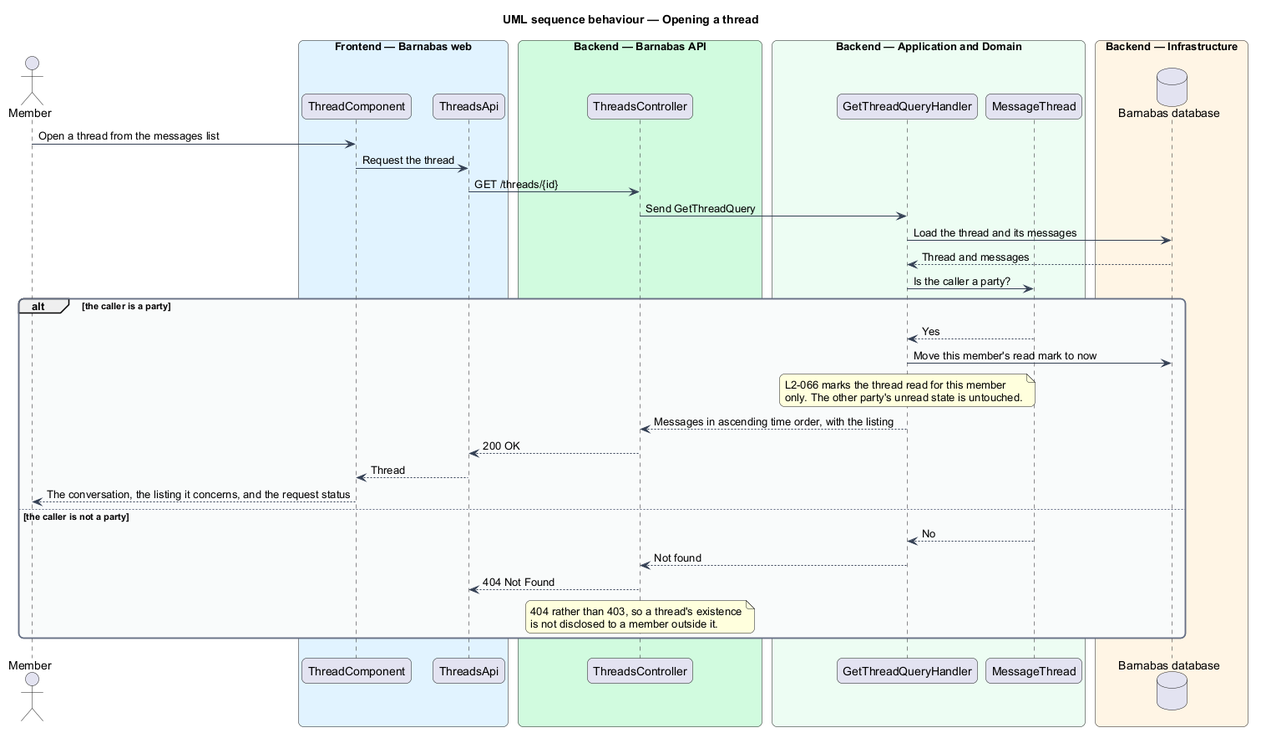
QuinntyneBrown/Barnabas keeps this PlantUML diagram as docs/detailed-designs/messaging/read-and-reply/diagrams/sequence-read.png. Above is the earlier version. The source it was exported from:
```plantuml
@startuml
title UML sequence behaviour — Opening a thread
skinparam backgroundColor #FFFFFF
skinparam shadowing false
skinparam roundcorner 12
skinparam defaultFontName Arial
skinparam ArrowColor #344054
skinparam rectangle {
  BorderColor #344054
  FontColor #101828
}
skinparam package {
  BorderColor #667085
  FontColor #101828
  BackgroundColor #F9FAFB
}
actor "Member" as actor
box "Frontend — Barnabas web" #E0F2FE
  participant "ThreadComponent" as page
  participant "ThreadsApi" as client
end box
box "Backend — Barnabas API" #D1FADF
  participant "ThreadsController" as controller
end box
box "Backend — Application and Domain" #ECFDF3
  participant "GetThreadQueryHandler" as handler
  participant "MessageThread" as thread
end box
box "Backend — Infrastructure" #FFF4E5
  database "Barnabas database" as db
end box

actor -> page : Open a thread from the messages list
page -> client : Request the thread
client -> controller : GET /threads/{id}
controller -> handler : Send GetThreadQuery
handler -> db : Load the thread and its messages
db --> handler : Thread and messages
handler -> thread : Is the caller a party?
alt the caller is a party
  thread --> handler : Yes
  handler -> db : Move this member's read mark to now
  note over handler : L2-066 marks the thread read for this member\nonly. The other party's unread state is untouched.
  handler --> controller : Messages in ascending time order, with the listing
  controller --> client : 200 OK
  client --> page : Thread
  page --> actor : The conversation, the listing it concerns, and the request status
else the caller is not a party
  thread --> handler : No
  handler --> controller : Not found
  controller --> client : 404 Not Found
  note over controller : 404 rather than 403, so a thread's existence\nis not disclosed to a member outside it.
end
@enduml
```
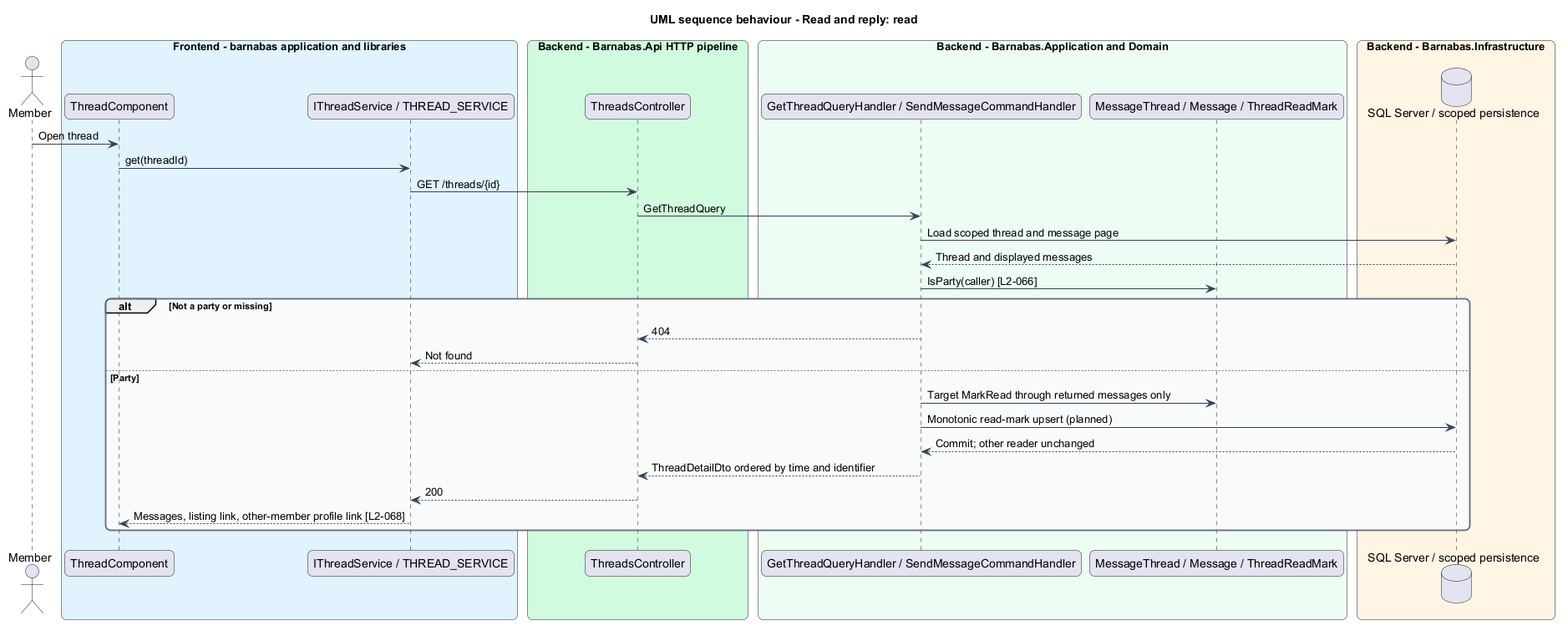
The same file after the commit.

Change to the diagram source:
```diff
@@ -1,5 +1,5 @@
 @startuml
-title UML sequence behaviour — Opening a thread
+title UML sequence behaviour - Read and reply: read
 skinparam backgroundColor #FFFFFF
 skinparam shadowing false
 skinparam roundcorner 12
@@ -15,40 +15,36 @@
   BackgroundColor #F9FAFB
 }
 actor "Member" as actor
-box "Frontend — Barnabas web" #E0F2FE
+box "Frontend - barnabas application and libraries" #E0F2FE
   participant "ThreadComponent" as page
-  participant "ThreadsApi" as client
+  participant "IThreadService / THREAD_SERVICE" as client
 end box
-box "Backend — Barnabas API" #D1FADF
-  participant "ThreadsController" as controller
+box "Backend - Barnabas.Api HTTP pipeline" #D1FADF
+  participant "ThreadsController" as api
 end box
-box "Backend — Application and Domain" #ECFDF3
-  participant "GetThreadQueryHandler" as handler
-  participant "MessageThread" as thread
+box "Backend - Barnabas.Application and Domain" #ECFDF3
+  participant "GetThreadQueryHandler / SendMessageCommandHandler" as handler
+  participant "MessageThread / Message / ThreadReadMark" as entity
 end box
-box "Backend — Infrastructure" #FFF4E5
-  database "Barnabas database" as db
+box "Backend - Barnabas.Infrastructure" #FFF4E5
+  database "SQL Server / scoped persistence" as db
 end box
-
-actor -> page : Open a thread from the messages list
-page -> client : Request the thread
-client -> controller : GET /threads/{id}
-controller -> handler : Send GetThreadQuery
-handler -> db : Load the thread and its messages
-db --> handler : Thread and messages
-handler -> thread : Is the caller a party?
-alt the caller is a party
-  thread --> handler : Yes
-  handler -> db : Move this member's read mark to now
-  note over handler : L2-066 marks the thread read for this member\nonly. The other party's unread state is untouched.
-  handler --> controller : Messages in ascending time order, with the listing
-  controller --> client : 200 OK
-  client --> page : Thread
-  page --> actor : The conversation, the listing it concerns, and the request status
-else the caller is not a party
-  thread --> handler : No
-  handler --> controller : Not found
-  controller --> client : 404 Not Found
-  note over controller : 404 rather than 403, so a thread's existence\nis not disclosed to a member outside it.
+actor -> page : Open thread
+page -> client : get(threadId)
+client -> api : GET /threads/{id}
+api -> handler : GetThreadQuery
+handler -> db : Load scoped thread and message page
+db --> handler : Thread and displayed messages
+handler -> entity : IsParty(caller) [L2-066]
+alt Not a party or missing
+  handler --> api : 404
+  api --> client : Not found
+else Party
+  handler -> entity : Target MarkRead through returned messages only
+  handler -> db : Monotonic read-mark upsert (planned)
+  db --> handler : Commit; other reader unchanged
+  handler --> api : ThreadDetailDto ordered by time and identifier
+  api --> client : 200
+  client --> page : Messages, listing link, other-member profile link [L2-068]
 end
 @enduml
```
